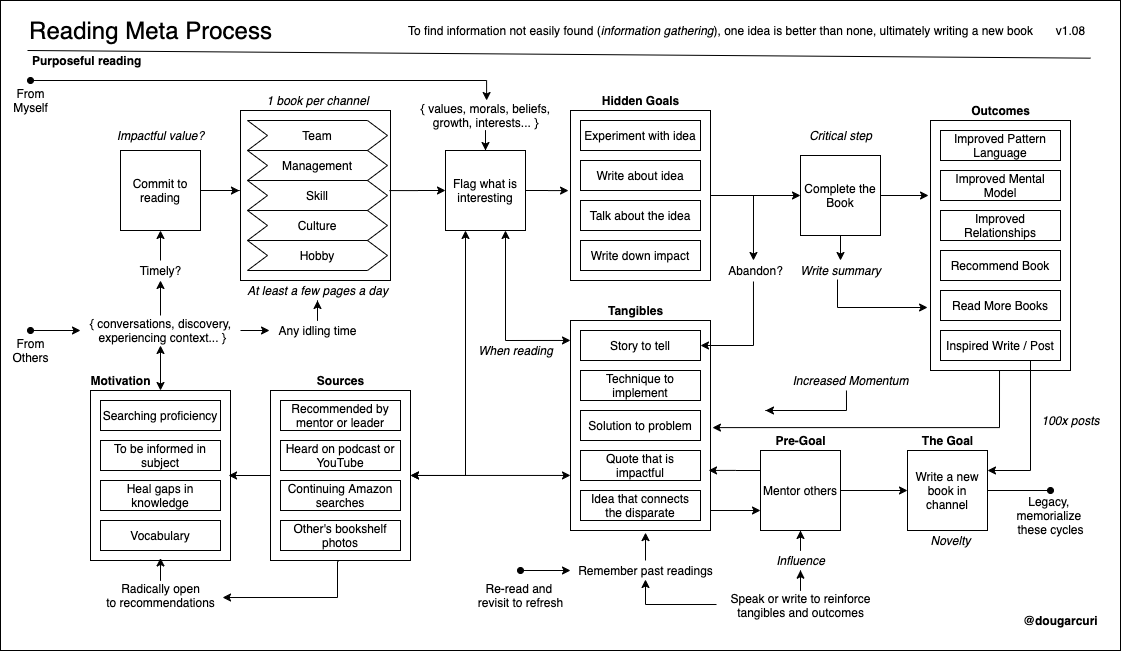
solidi/learning-notes keeps this draw.io diagram as books/diagrams/reading-process.png. Above is the earlier version. Source tidied: cells renumbered, new cells last; positions are measured from the earlier drawing's top-left corner, leaving out a move shared by most shapes.
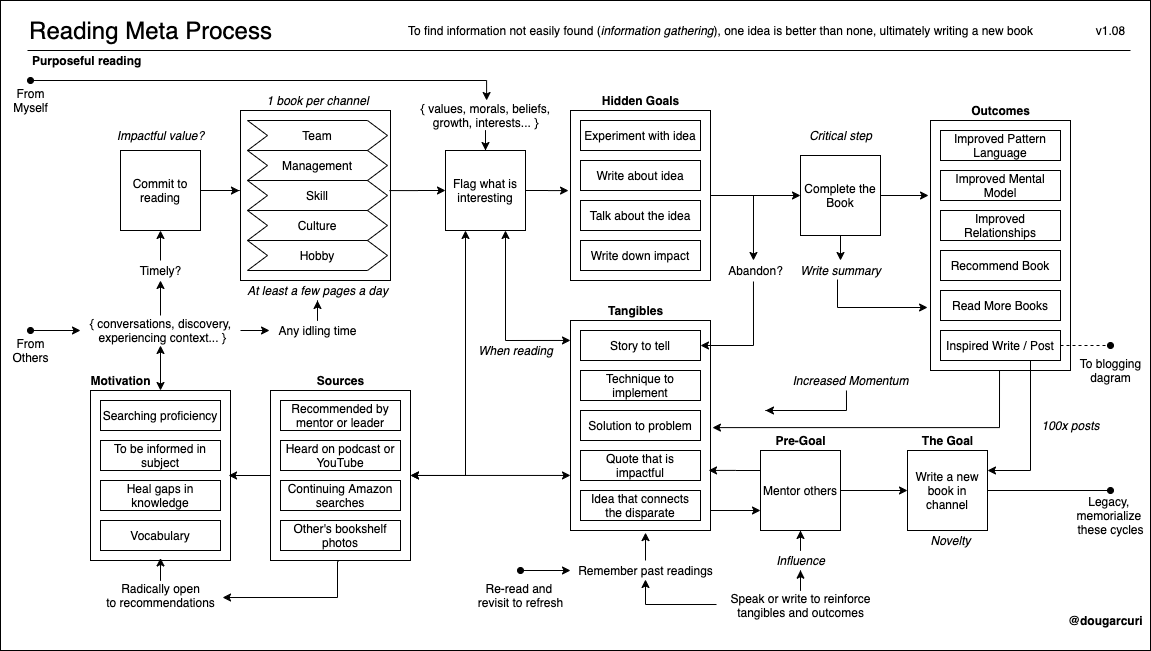
After the commit.

Commit message:
Update reading diagram to include the blogging path

The edit, as a diff of the source:
```diff
@@ -3,7 +3,7 @@
     <mxCell id="0" />
     <mxCell id="1" parent="0" />
     <mxCell id="2" style="rounded=0;whiteSpace=wrap;html=1;fillColor=none;" parent="1" vertex="1">
-      <mxGeometry width="1120" height="650" as="geometry" />
+      <mxGeometry width="1150" height="650" as="geometry" />
     </mxCell>
     <mxCell id="3" style="verticalLabelPosition=bottom;verticalAlign=top;html=1;shape=mxgraph.basic.rect;fillColor2=none;strokeWidth=1;size=20;indent=5;fillColor=none;" parent="1" vertex="1">
       <mxGeometry x="240" y="110" width="150" height="170" as="geometry" />
@@ -65,15 +65,15 @@
       <mxGeometry x="580" y="160" width="120" height="30" as="geometry" />
     </mxCell>
     <mxCell id="21" value="v1.08" style="text;html=1;align=center;verticalAlign=middle;" parent="1" vertex="1">
-      <mxGeometry x="1050" y="20" width="40" height="20" as="geometry" />
+      <mxGeometry x="1090" y="20" width="40" height="20" as="geometry" />
     </mxCell>
     <mxCell id="22" value="&lt;b&gt;@dougarcuri&lt;/b&gt;" style="text;html=1;align=center;verticalAlign=middle;" parent="1" vertex="1">
-      <mxGeometry x="1015" y="610" width="90" height="20" as="geometry" />
+      <mxGeometry x="1060" y="610" width="90" height="20" as="geometry" />
     </mxCell>
-    <mxCell id="23" style="endArrow=none;html=1;entryX=0.991;entryY=0.093;entryDx=0;entryDy=0;entryPerimeter=0;" parent="1" edge="1">
+    <mxCell id="23" style="endArrow=none;html=1;" parent="1" edge="1">
       <mxGeometry relative="1" as="geometry">
         <mxPoint x="27" y="50" as="sourcePoint" />
-        <mxPoint x="1089.9" y="57.7" as="targetPoint" />
+        <mxPoint x="1130" y="50" as="targetPoint" />
       </mxGeometry>
     </mxCell>
     <mxCell id="24" value="Talk about the idea" style="rounded=0;whiteSpace=wrap;html=1;" parent="1" vertex="1">
@@ -161,7 +161,7 @@
     </mxCell>
     <mxCell id="51" style="edgeStyle=orthogonalEdgeStyle;rounded=0;jettySize=auto;html=1;exitX=1;exitY=0.5;exitDx=0;exitDy=0;startArrow=none;startFill=0;endArrow=oval;endFill=1;" parent="1" edge="1" source="52">
       <mxGeometry relative="1" as="geometry">
-        <mxPoint x="1050" y="490" as="targetPoint" />
+        <mxPoint x="1110" y="490" as="targetPoint" />
       </mxGeometry>
     </mxCell>
     <mxCell id="52" value="Write a new book in channel" style="whiteSpace=wrap;html=1;" parent="1" vertex="1">
@@ -271,7 +271,7 @@
       <mxGeometry x="765" y="430" width="70" height="20" as="geometry" />
     </mxCell>
     <mxCell id="83" value="Legacy, &lt;br&gt;memorialize&amp;nbsp;&lt;br&gt;these cycles" style="text;html=1;align=center;verticalAlign=middle;" parent="1" vertex="1">
-      <mxGeometry x="1010" y="490" width="80" height="50" as="geometry" />
+      <mxGeometry x="1070" y="490" width="80" height="50" as="geometry" />
     </mxCell>
     <mxCell id="84" value="&lt;i&gt;Impactful value?&lt;/i&gt;" style="text;html=1;align=center;verticalAlign=middle;" parent="1" vertex="1">
       <mxGeometry x="110" y="125" width="100" height="20" as="geometry" />
@@ -353,6 +353,11 @@
     <mxCell id="106" style="edgeStyle=orthogonalEdgeStyle;rounded=0;jettySize=auto;html=1;exitX=0.75;exitY=1;exitDx=0;exitDy=0;entryX=1;entryY=0.25;entryDx=0;entryDy=0;startArrow=none;startFill=0;endArrow=classic;endFill=1;" parent="1" edge="1" source="107" target="52">
       <mxGeometry relative="1" as="geometry" />
     </mxCell>
+    <mxCell id="112" style="edgeStyle=orthogonalEdgeStyle;rounded=0;jettySize=auto;html=1;exitX=1;exitY=0.5;exitDx=0;exitDy=0;dashed=1;endArrow=oval;endFill=1;" parent="1" edge="1" source="107">
+      <mxGeometry relative="1" as="geometry">
+        <mxPoint x="1110" y="345" as="targetPoint" />
+      </mxGeometry>
+    </mxCell>
     <mxCell id="107" value="Inspired Write / Post" style="rounded=0;whiteSpace=wrap;html=1;" parent="1" vertex="1">
       <mxGeometry x="940" y="330" width="120" height="30" as="geometry" />
     </mxCell>
@@ -366,10 +371,13 @@
       <mxGeometry x="470" y="580" width="100" height="30" as="geometry" />
     </mxCell>
     <mxCell id="110" value="&lt;i&gt;100x posts&lt;/i&gt;" style="text;html=1;align=center;verticalAlign=middle;" parent="1" vertex="1">
-      <mxGeometry x="1035" y="410" width="70" height="20" as="geometry" />
+      <mxGeometry x="1035" y="415" width="70" height="20" as="geometry" />
     </mxCell>
     <mxCell id="111" style="edgeStyle=orthogonalEdgeStyle;rounded=0;jettySize=auto;html=1;entryX=0;entryY=0.5;entryDx=0;entryDy=0;fillColor=#999999;exitX=0.993;exitY=0.471;exitDx=0;exitDy=0;exitPerimeter=0;" parent="1" edge="1" source="3" target="18">
       <mxGeometry relative="1" as="geometry" />
     </mxCell>
+    <mxCell id="113" value="To blogging&lt;br&gt;dagram" style="text;html=1;align=center;verticalAlign=middle;" parent="1" vertex="1">
+      <mxGeometry x="1070" y="355" width="80" height="30" as="geometry" />
+    </mxCell>
   </root>
 </mxGraphModel>
```
